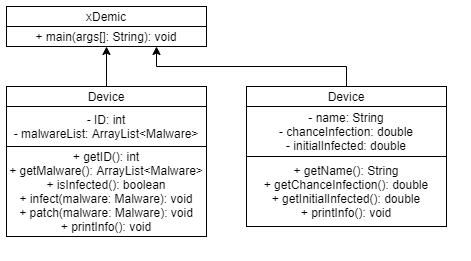
The draw.io diagram xDemic/doc/uml.png in JakobH3/xDemic, before a commit. Source tidied: cells renumbered, new cells last; positions are measured from the earlier drawing's top-left corner, leaving out a move shared by most shapes.
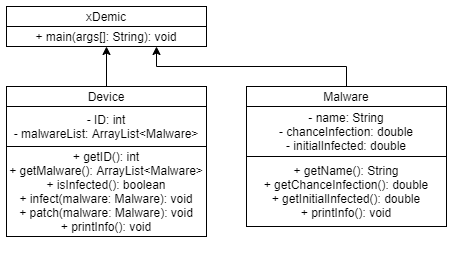
Later version of the same file.

What changed in the source:
```diff
@@ -30,7 +30,7 @@
         </Array>
       </mxGeometry>
     </mxCell>
-    <mxCell id="9" value="Device" style="rounded=0;whiteSpace=wrap;html=1;" parent="1" vertex="1">
+    <mxCell id="9" value="Malware" style="rounded=0;whiteSpace=wrap;html=1;" parent="1" vertex="1">
       <mxGeometry x="240" y="80" width="200" height="20" as="geometry" />
     </mxCell>
     <mxCell id="10" value="- name: String&lt;br&gt;- chanceInfection: double&lt;br&gt;- initialInfected: double" style="rounded=0;whiteSpace=wrap;html=1;" parent="1" vertex="1">
```
